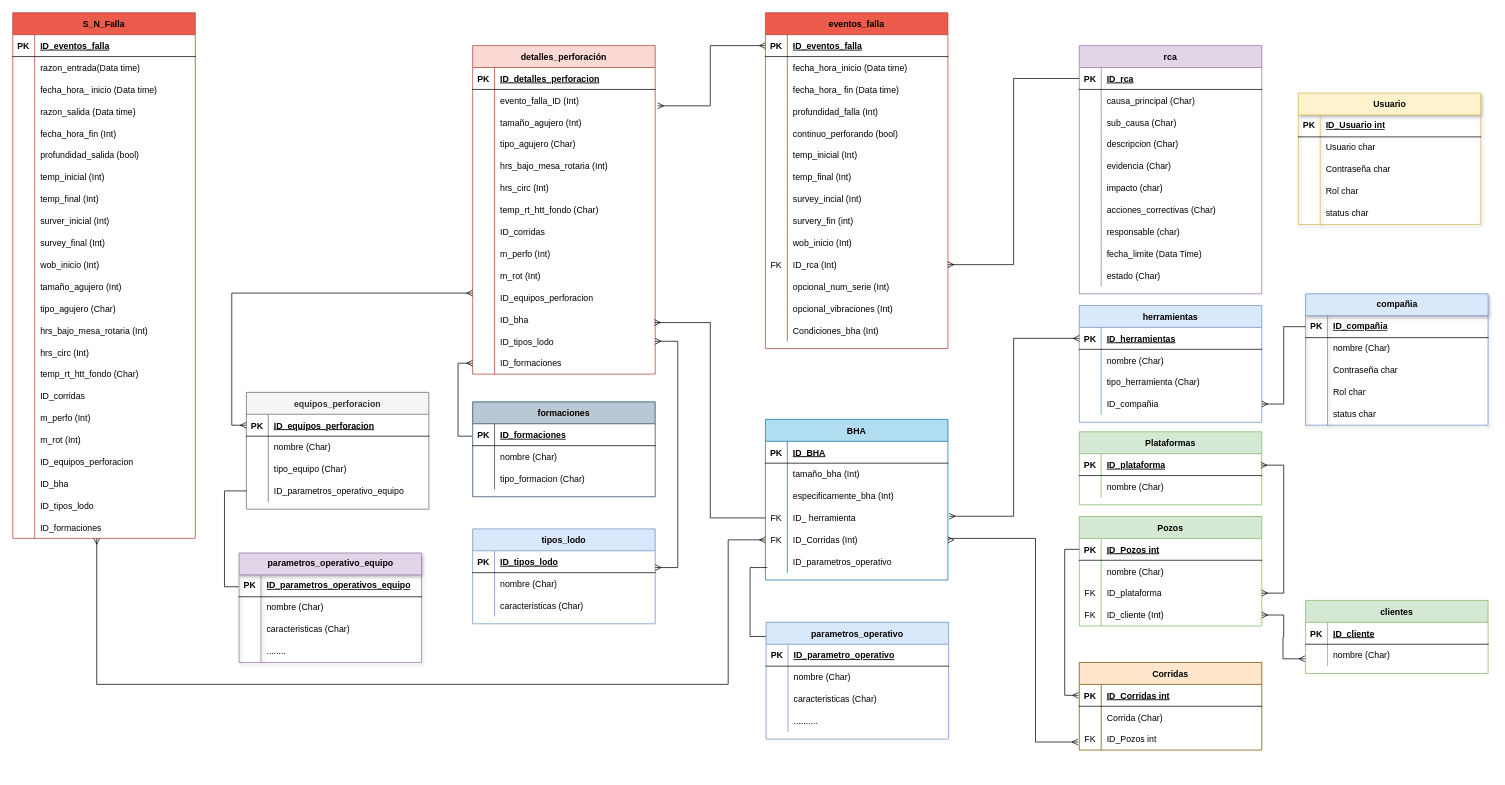
Above: CofHerramientas.drawio in h8050/HP (draw.io), before the change. Source tidied: cells renumbered, new cells numbered last; positions are measured from the earlier drawing's top-left corner, leaving out a move shared by most shapes. Both pictures are drawn from the tidied source at 73%, with x=0, y=0 at pixel (12, 12).
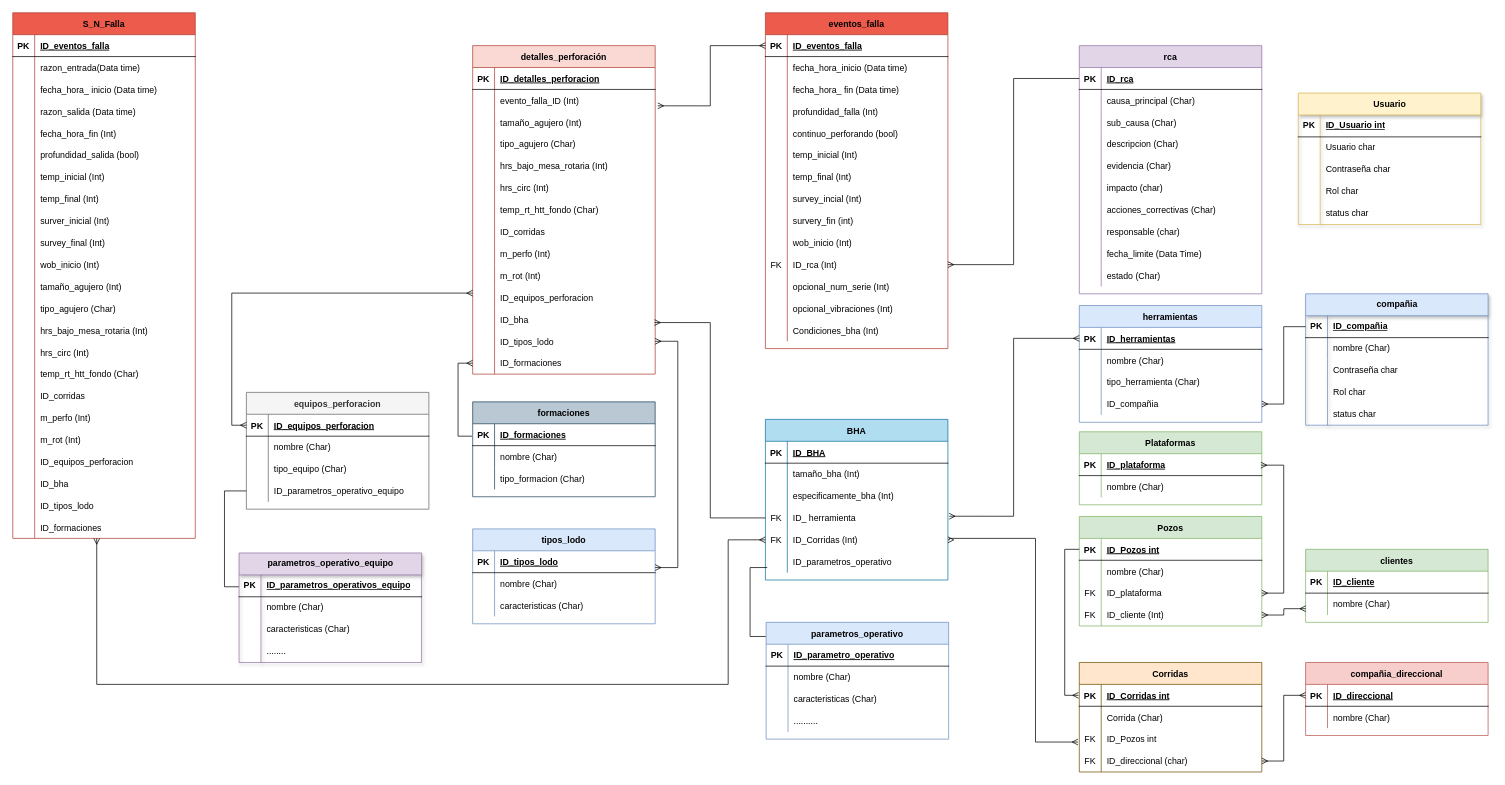
The same page after the edit.

Unchanged cells that the change refers to:
```xml
<mxCell id="169" style="shape=partialRectangle;fillColor=none;points=[[0,0.5],[1,0.5]];portConstraint=eastwest;top=0;left=0;right=0;bottom=0;" parent="165" vertex="1">
  <mxGeometry y="60" width="250" height="30" as="geometry" />
</mxCell>
<mxCell id="224" style="shape=tableRow;horizontal=0;startSize=0;swimlaneHead=0;swimlaneBody=0;fillColor=none;points=[[0,0.5],[1,0.5]];portConstraint=eastwest;top=0;left=0;right=0;bottom=0;" parent="214" vertex="1">
  <mxGeometry y="120" width="250" height="30" as="geometry" />
</mxCell>
```

What changed in the source:
```diff
@@
     <mxCell id="165" value="clientes" style="shape=table;startSize=30;childLayout=tableLayout;rowLines=0;fontStyle=1;align=center;fillColor=#d5e8d4;strokeColor=#82b366;" parent="1" vertex="1">
-      <mxGeometry x="1771" y="805" width="250" height="100" as="geometry" />
+      <mxGeometry x="1771" y="735" width="250" height="100" as="geometry" />
     </mxCell>
@@
-    <mxCell id="227" style="edgeStyle=entityRelationEdgeStyle;fontSize=12;html=1;endArrow=ERmany;startArrow=ERmany;rounded=0;" parent="1" edge="1" source="224">
-      <mxGeometry relative="1" as="geometry">
-        <mxPoint x="1770" y="885" as="targetPoint" />
-      </mxGeometry>
+    <mxCell id="227" style="edgeStyle=entityRelationEdgeStyle;fontSize=12;html=1;endArrow=ERmany;startArrow=ERmany;rounded=0;entryX=0.001;entryY=0.711;entryDx=0;entryDy=0;entryPerimeter=0;" parent="1" edge="1" source="224" target="169">
+      <mxGeometry relative="1" as="geometry" />
     </mxCell>
@@
     <mxCell id="229" value="Corridas" style="shape=table;startSize=30;childLayout=tableLayout;rowLines=0;fontStyle=1;align=center;fillColor=#ffe6cc;strokeColor=#705100;" parent="1" vertex="1">
-      <mxGeometry x="1461" y="890" width="250" height="120" as="geometry" />
+      <mxGeometry x="1461" y="890" width="250" height="150" as="geometry" />
     </mxCell>
@@
+    <mxCell id="364" style="shape=tableRow;horizontal=0;startSize=0;swimlaneHead=0;swimlaneBody=0;fillColor=none;points=[[0,0.5],[1,0.5]];portConstraint=eastwest;top=0;left=0;right=0;bottom=0;" parent="229" vertex="1">
+      <mxGeometry y="120" width="250" height="30" as="geometry" />
+    </mxCell>
+    <mxCell id="365" value="FK" style="shape=partialRectangle;fillColor=none;top=0;left=0;bottom=0;right=0;fontStyle=0;overflow=hidden;" parent="364" vertex="1">
+      <mxGeometry width="30" height="30" as="geometry" />
+    </mxCell>
+    <mxCell id="366" value="ID_direccional (char)" style="shape=partialRectangle;fillColor=none;top=0;left=0;bottom=0;right=0;align=left;spacingLeft=6;fontStyle=0;overflow=hidden;" parent="364" vertex="1">
+      <mxGeometry x="30" width="220" height="30" as="geometry" />
+    </mxCell>
@@
+    <mxCell id="367" value="compañia_direccional" style="shape=table;startSize=30;childLayout=tableLayout;rowLines=0;fontStyle=1;align=center;fillColor=#f8cecc;strokeColor=#b85450;" parent="1" vertex="1">
+      <mxGeometry x="1771" y="890" width="250" height="100" as="geometry" />
+    </mxCell>
+    <mxCell id="368" style="shape=partialRectangle;fillColor=none;points=[[0,0.5],[1,0.5]];portConstraint=eastwest;top=0;left=0;right=0;bottom=1;" parent="367" vertex="1">
+      <mxGeometry y="30" width="250" height="30" as="geometry" />
+    </mxCell>
+    <mxCell id="369" value="PK" style="shape=partialRectangle;overflow=hidden;fillColor=none;top=0;left=0;bottom=0;right=0;fontStyle=1;" parent="368" vertex="1">
+      <mxGeometry width="30" height="30" as="geometry" />
+    </mxCell>
+    <mxCell id="370" value="ID_direccional" style="shape=partialRectangle;overflow=hidden;fillColor=none;top=0;left=0;bottom=0;right=0;align=left;spacingLeft=6;fontStyle=5;" parent="368" vertex="1">
+      <mxGeometry x="30" width="220" height="30" as="geometry" />
+    </mxCell>
+    <mxCell id="371" style="shape=partialRectangle;fillColor=none;top=0;left=0;right=0;bottom=0;" parent="367" vertex="1">
+      <mxGeometry y="60" width="250" height="30" as="geometry" />
+    </mxCell>
+    <mxCell id="372" style="shape=partialRectangle;overflow=hidden;fillColor=none;top=0;left=0;bottom=0;right=0;" parent="371" vertex="1">
+      <mxGeometry width="30" height="30" as="geometry" />
+    </mxCell>
+    <mxCell id="373" value="nombre (Char)" style="shape=partialRectangle;overflow=hidden;fillColor=none;top=0;left=0;bottom=0;right=0;align=left;spacingLeft=6;" parent="371" vertex="1">
+      <mxGeometry x="30" width="220" height="30" as="geometry" />
+    </mxCell>
+    <mxCell id="374" style="edgeStyle=orthogonalEdgeStyle;rounded=0;jettySize=auto;html=1;startArrow=ERmany;startFill=0;endArrow=ERmany;endFill=0;" parent="1" edge="1" source="368" target="364">
+      <mxGeometry relative="1" as="geometry" />
+    </mxCell>
```
